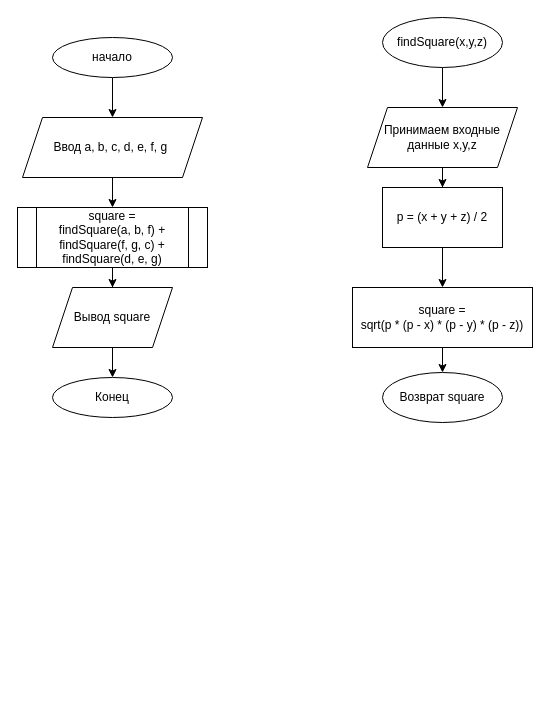
The draw.io diagram docs/blockscheme.drawio in sampletext-projects/Mironova_3, before the edit. Source tidied: cells renumbered, new cells numbered last; positions are measured from the earlier drawing's top-left corner, leaving out a move shared by most shapes. Both pictures are drawn from the tidied source at 100%, with x=0, y=0 at pixel (17, 17).
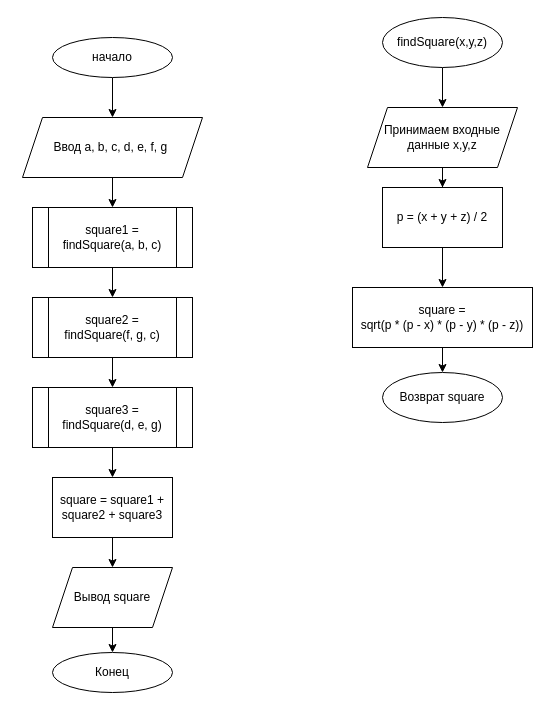
Above is the later version.

Unchanged cells that the change refers to:
```xml
<mxCell id="5" value="Ввод&amp;nbsp;a, b, c, d, e, f, g&amp;nbsp;" style="shape=parallelogram;perimeter=parallelogramPerimeter;whiteSpace=wrap;html=1;fixedSize=1;" parent="1" vertex="1">
  <mxGeometry x="5" y="100" width="180" height="60" as="geometry" />
</mxCell>
```

Change to the diagram source:
```diff
@@
-    <mxCell id="4" style="edgeStyle=orthogonalEdgeStyle;rounded=0;jettySize=auto;html=1;entryX=0.5;entryY=0;entryDx=0;entryDy=0;" parent="1" edge="1" source="5" target="19">
+    <mxCell id="4" style="edgeStyle=orthogonalEdgeStyle;rounded=0;jettySize=auto;html=1;entryX=0.5;entryY=0;entryDx=0;entryDy=0;" parent="1" edge="1" source="5" target="21">
       <mxGeometry relative="1" as="geometry" />
     </mxCell>
@@
-    <mxCell id="6" style="edgeStyle=orthogonalEdgeStyle;rounded=0;jettySize=auto;html=1;exitX=0.5;exitY=1;exitDx=0;exitDy=0;" parent="1" edge="1" source="19" target="8">
-      <mxGeometry relative="1" as="geometry" />
-    </mxCell>
@@
     <mxCell id="8" value="Вывод square" style="shape=parallelogram;perimeter=parallelogramPerimeter;whiteSpace=wrap;html=1;fixedSize=1;" parent="1" vertex="1">
-      <mxGeometry x="35" y="270" width="120" height="60" as="geometry" />
+      <mxGeometry x="35" y="550" width="120" height="60" as="geometry" />
     </mxCell>
@@
     <mxCell id="15" value="Конец" style="ellipse;whiteSpace=wrap;html=1;" parent="1" vertex="1">
-      <mxGeometry x="35" y="360" width="120" height="40" as="geometry" />
+      <mxGeometry x="35" y="635" width="120" height="40" as="geometry" />
     </mxCell>
@@
-    <mxCell id="19" value="&lt;span&gt;square =&lt;/span&gt;&lt;br&gt;&lt;span&gt;findSquare(a, b, f) +&lt;/span&gt;&lt;br&gt;&lt;span&gt;findSquare(f, g, c) +&lt;/span&gt;&lt;br&gt;&lt;span&gt;findSquare(d, e, g)&lt;/span&gt;" style="shape=process;whiteSpace=wrap;html=1;backgroundOutline=1;" parent="1" vertex="1">
-      <mxGeometry y="190" width="190" height="60" as="geometry" />
-    </mxCell>
+    <mxCell id="20" style="edgeStyle=orthogonalEdgeStyle;rounded=0;jettySize=auto;html=1;exitX=0.5;exitY=1;exitDx=0;exitDy=0;entryX=0.5;entryY=0;entryDx=0;entryDy=0;" parent="1" edge="1" source="21" target="23">
+      <mxGeometry relative="1" as="geometry" />
+    </mxCell>
+    <mxCell id="21" value="square1 = findSquare(a, b, c)" style="shape=process;whiteSpace=wrap;html=1;backgroundOutline=1;" parent="1" vertex="1">
+      <mxGeometry x="15" y="190" width="160" height="60" as="geometry" />
+    </mxCell>
+    <mxCell id="22" style="edgeStyle=orthogonalEdgeStyle;rounded=0;jettySize=auto;html=1;exitX=0.5;exitY=1;exitDx=0;exitDy=0;entryX=0.5;entryY=0;entryDx=0;entryDy=0;" parent="1" edge="1" source="23" target="25">
+      <mxGeometry relative="1" as="geometry" />
+    </mxCell>
+    <mxCell id="23" value="square2 = &lt;br&gt;findSquare(f, g, c)" style="shape=process;whiteSpace=wrap;html=1;backgroundOutline=1;" parent="1" vertex="1">
+      <mxGeometry x="15" y="280" width="160" height="60" as="geometry" />
+    </mxCell>
+    <mxCell id="24" style="edgeStyle=orthogonalEdgeStyle;rounded=0;jettySize=auto;html=1;exitX=0.5;exitY=1;exitDx=0;exitDy=0;entryX=0.5;entryY=0;entryDx=0;entryDy=0;" parent="1" edge="1" source="25" target="27">
+      <mxGeometry relative="1" as="geometry" />
+    </mxCell>
+    <mxCell id="25" value="square3 = findSquare(d, e, g)" style="shape=process;whiteSpace=wrap;html=1;backgroundOutline=1;" parent="1" vertex="1">
+      <mxGeometry x="15" y="370" width="160" height="60" as="geometry" />
+    </mxCell>
+    <mxCell id="26" style="edgeStyle=orthogonalEdgeStyle;rounded=0;jettySize=auto;html=1;exitX=0.5;exitY=1;exitDx=0;exitDy=0;entryX=0.5;entryY=0;entryDx=0;entryDy=0;" parent="1" edge="1" source="27" target="8">
+      <mxGeometry relative="1" as="geometry" />
+    </mxCell>
+    <mxCell id="27" value="square = square1 + square2 + square3" style="rounded=0;whiteSpace=wrap;html=1;" parent="1" vertex="1">
+      <mxGeometry x="35" y="460" width="120" height="60" as="geometry" />
+    </mxCell>
```
